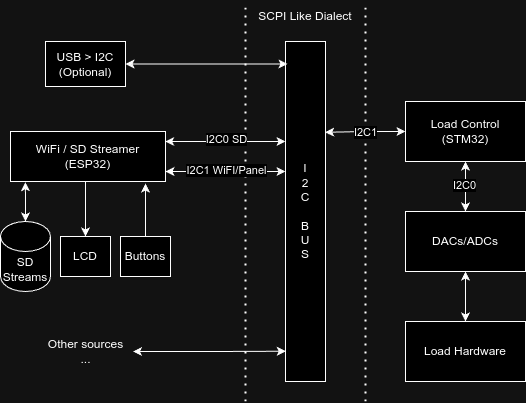
Earlier version of the draw.io export docs/assets/eletronic-load.drawio.png (JoaoMario109/ifsc-pi3-eletronic-load). Source tidied: cells renumbered, new cells last; positions are measured from the earlier drawing's top-left corner, leaving out a move shared by most shapes. The source it was exported from:
```xml
<mxGraphModel>
  <root>
    <mxCell id="0" />
    <mxCell id="1" parent="0" />
    <mxCell id="2" value="Load Hardware" style="rounded=0;whiteSpace=wrap;html=1;" parent="1" vertex="1">
      <mxGeometry x="405" y="320" width="120" height="60" as="geometry" />
    </mxCell>
    <mxCell id="3" style="edgeStyle=orthogonalEdgeStyle;rounded=0;jettySize=auto;html=1;entryX=0.5;entryY=0;entryDx=0;entryDy=0;startArrow=classic;startFill=1;" parent="1" edge="1" source="5" target="7">
      <mxGeometry relative="1" as="geometry" />
    </mxCell>
    <mxCell id="4" value="I2C0" style="edgeLabel;html=1;align=center;verticalAlign=middle;" parent="3" vertex="1">
      <mxGeometry x="-0.06" y="-1" relative="1" as="geometry" />
    </mxCell>
    <mxCell id="5" value="Load Control&lt;div&gt;(STM32)&lt;/div&gt;" style="rounded=0;whiteSpace=wrap;html=1;" parent="1" vertex="1">
      <mxGeometry x="405" y="100" width="120" height="60" as="geometry" />
    </mxCell>
    <mxCell id="6" style="edgeStyle=orthogonalEdgeStyle;rounded=0;jettySize=auto;html=1;entryX=0.5;entryY=0;entryDx=0;entryDy=0;startArrow=classic;startFill=1;" parent="1" edge="1" source="7" target="2">
      <mxGeometry relative="1" as="geometry" />
    </mxCell>
    <mxCell id="7" value="DACs/ADCs" style="rounded=0;whiteSpace=wrap;html=1;" parent="1" vertex="1">
      <mxGeometry x="405" y="210" width="120" height="60" as="geometry" />
    </mxCell>
    <mxCell id="8" value="I&lt;div&gt;2&lt;/div&gt;&lt;div&gt;C&lt;/div&gt;&lt;div&gt;&lt;br&gt;&lt;/div&gt;&lt;div&gt;B&lt;/div&gt;&lt;div&gt;U&lt;/div&gt;&lt;div&gt;S&lt;/div&gt;" style="rounded=0;whiteSpace=wrap;html=1;" parent="1" vertex="1">
      <mxGeometry x="285" y="40" width="40" height="340" as="geometry" />
    </mxCell>
    <mxCell id="9" value="USB&lt;span style=&quot;background-color: initial;&quot;&gt;&amp;nbsp;&amp;gt; I2C&lt;/span&gt;&lt;div&gt;&lt;span style=&quot;background-color: initial;&quot;&gt;(Optional)&lt;/span&gt;&lt;/div&gt;" style="rounded=0;whiteSpace=wrap;html=1;" parent="1" vertex="1">
      <mxGeometry x="45" y="40" width="80" height="45" as="geometry" />
    </mxCell>
    <mxCell id="10" style="endArrow=none;dashed=1;html=1;dashPattern=1 3;strokeWidth=2;rounded=0;" parent="1" edge="1">
      <mxGeometry relative="1" as="geometry">
        <mxPoint x="245" y="400" as="sourcePoint" />
        <mxPoint x="245" as="targetPoint" />
      </mxGeometry>
    </mxCell>
    <mxCell id="11" style="endArrow=none;dashed=1;html=1;dashPattern=1 3;strokeWidth=2;rounded=0;" parent="1" edge="1">
      <mxGeometry relative="1" as="geometry">
        <mxPoint x="365" y="400" as="sourcePoint" />
        <mxPoint x="365" as="targetPoint" />
      </mxGeometry>
    </mxCell>
    <mxCell id="12" value="SCPI Like Dialect" style="text;html=1;align=center;verticalAlign=middle;whiteSpace=wrap;rounded=0;" parent="1" vertex="1">
      <mxGeometry x="245" width="120" height="30" as="geometry" />
    </mxCell>
    <mxCell id="13" style="edgeStyle=orthogonalEdgeStyle;rounded=0;jettySize=auto;html=1;entryX=0.992;entryY=0.267;entryDx=0;entryDy=0;entryPerimeter=0;startArrow=classic;startFill=1;" parent="1" edge="1" source="5" target="8">
      <mxGeometry relative="1" as="geometry" />
    </mxCell>
    <mxCell id="14" value="I2C1" style="edgeLabel;html=1;align=center;verticalAlign=middle;" parent="13" vertex="1">
      <mxGeometry x="-0.03" y="1" relative="1" as="geometry">
        <mxPoint x="-1" as="offset" />
      </mxGeometry>
    </mxCell>
    <mxCell id="15" style="edgeStyle=orthogonalEdgeStyle;rounded=0;jettySize=auto;html=1;entryX=0.05;entryY=0.066;entryDx=0;entryDy=0;entryPerimeter=0;startArrow=classic;startFill=1;exitX=1;exitY=0.5;exitDx=0;exitDy=0;" parent="1" edge="1" source="9" target="8">
      <mxGeometry relative="1" as="geometry" />
    </mxCell>
    <mxCell id="16" style="edgeStyle=orthogonalEdgeStyle;rounded=0;jettySize=auto;html=1;entryX=0.5;entryY=0;entryDx=0;entryDy=0;" parent="1" edge="1" target="17">
      <mxGeometry relative="1" as="geometry">
        <mxPoint x="85" y="180" as="sourcePoint" />
        <Array as="points">
          <mxPoint x="85" y="200" />
          <mxPoint x="85" y="200" />
        </Array>
      </mxGeometry>
    </mxCell>
    <mxCell id="17" value="LCD" style="rounded=0;whiteSpace=wrap;html=1;" parent="1" vertex="1">
      <mxGeometry x="60" y="235" width="50" height="40" as="geometry" />
    </mxCell>
    <mxCell id="18" value="Buttons" style="rounded=0;whiteSpace=wrap;html=1;" parent="1" vertex="1">
      <mxGeometry x="120" y="235" width="50" height="40" as="geometry" />
    </mxCell>
    <mxCell id="19" style="edgeStyle=orthogonalEdgeStyle;rounded=0;jettySize=auto;html=1;" parent="1" edge="1" source="18">
      <mxGeometry relative="1" as="geometry">
        <mxPoint x="145" y="182" as="targetPoint" />
      </mxGeometry>
    </mxCell>
    <mxCell id="20" value="WiFi / SD Streamer&lt;br&gt;(ESP32)" style="rounded=0;whiteSpace=wrap;html=1;" parent="1" vertex="1">
      <mxGeometry x="10" y="130" width="155" height="50" as="geometry" />
    </mxCell>
    <mxCell id="21" style="edgeStyle=orthogonalEdgeStyle;rounded=0;jettySize=auto;html=1;entryX=0.096;entryY=1.015;entryDx=0;entryDy=0;startArrow=classic;startFill=1;entryPerimeter=0;" parent="1" edge="1" source="22" target="20">
      <mxGeometry relative="1" as="geometry" />
    </mxCell>
    <mxCell id="22" value="SD Streams" style="shape=cylinder3;whiteSpace=wrap;html=1;boundedLbl=1;backgroundOutline=1;size=15;" parent="1" vertex="1">
      <mxGeometry y="220" width="50" height="70" as="geometry" />
    </mxCell>
    <mxCell id="23" style="edgeStyle=orthogonalEdgeStyle;rounded=0;jettySize=auto;html=1;startArrow=classic;startFill=1;exitX=0.998;exitY=0.2;exitDx=0;exitDy=0;exitPerimeter=0;" parent="1" edge="1" source="20">
      <mxGeometry relative="1" as="geometry">
        <mxPoint x="285" y="140" as="targetPoint" />
      </mxGeometry>
    </mxCell>
    <mxCell id="24" value="I2C0 SD" style="edgeLabel;html=1;align=center;verticalAlign=middle;" parent="23" vertex="1">
      <mxGeometry x="-0.03" y="2" relative="1" as="geometry">
        <mxPoint x="2" as="offset" />
      </mxGeometry>
    </mxCell>
    <mxCell id="25" style="edgeStyle=orthogonalEdgeStyle;rounded=0;jettySize=auto;html=1;startArrow=classic;startFill=1;" parent="1" edge="1" source="20">
      <mxGeometry relative="1" as="geometry">
        <mxPoint x="285" y="170" as="targetPoint" />
        <Array as="points">
          <mxPoint x="285" y="170" />
        </Array>
      </mxGeometry>
    </mxCell>
    <mxCell id="26" value="I2C1 WiFI/Panel" style="edgeLabel;html=1;align=center;verticalAlign=middle;" parent="25" vertex="1">
      <mxGeometry x="-0.01" y="1" relative="1" as="geometry">
        <mxPoint x="1" as="offset" />
      </mxGeometry>
    </mxCell>
    <mxCell id="27" value="Other sources&lt;div&gt;...&lt;/div&gt;" style="text;html=1;align=center;verticalAlign=middle;whiteSpace=wrap;rounded=0;" parent="1" vertex="1">
      <mxGeometry x="37.5" y="335" width="95" height="30" as="geometry" />
    </mxCell>
    <mxCell id="28" style="edgeStyle=orthogonalEdgeStyle;rounded=0;jettySize=auto;html=1;entryX=0.007;entryY=0.911;entryDx=0;entryDy=0;entryPerimeter=0;startArrow=classic;startFill=1;" parent="1" edge="1" source="27" target="8">
      <mxGeometry relative="1" as="geometry" />
    </mxCell>
  </root>
</mxGraphModel>
```
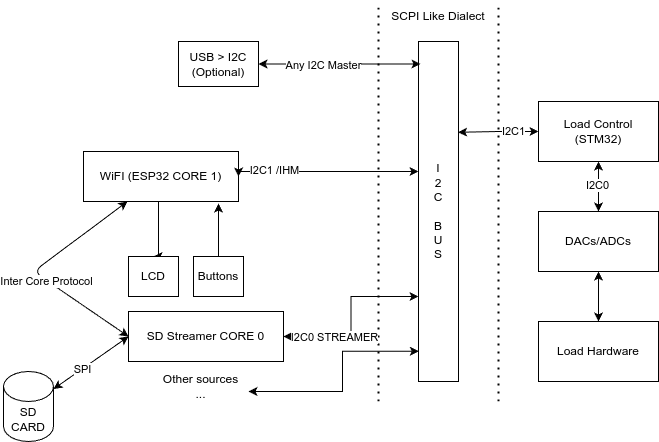
Later version of the same file.

Change to the diagram source:
```diff
@@ -46,69 +46,94 @@
     </mxCell>
     <mxCell id="14" value="I2C1" style="edgeLabel;html=1;align=center;verticalAlign=middle;" parent="13" vertex="1">
       <mxGeometry x="-0.03" y="1" relative="1" as="geometry">
-        <mxPoint x="-1" as="offset" />
+        <mxPoint x="14" y="-1" as="offset" />
       </mxGeometry>
     </mxCell>
     <mxCell id="15" style="edgeStyle=orthogonalEdgeStyle;rounded=0;jettySize=auto;html=1;entryX=0.05;entryY=0.066;entryDx=0;entryDy=0;entryPerimeter=0;startArrow=classic;startFill=1;exitX=1;exitY=0.5;exitDx=0;exitDy=0;" parent="1" edge="1" source="9" target="8">
       <mxGeometry relative="1" as="geometry" />
     </mxCell>
+    <mxCell id="29" value="Any I2C Master" style="edgeLabel;html=1;align=center;verticalAlign=middle;" parent="15" vertex="1">
+      <mxGeometry x="-0.69" y="-1" relative="1" as="geometry">
+        <mxPoint x="39" as="offset" />
+      </mxGeometry>
+    </mxCell>
     <mxCell id="16" style="edgeStyle=orthogonalEdgeStyle;rounded=0;jettySize=auto;html=1;entryX=0.5;entryY=0;entryDx=0;entryDy=0;" parent="1" edge="1" target="17">
       <mxGeometry relative="1" as="geometry">
-        <mxPoint x="85" y="180" as="sourcePoint" />
+        <mxPoint x="25" y="200" as="sourcePoint" />
         <Array as="points">
-          <mxPoint x="85" y="200" />
-          <mxPoint x="85" y="200" />
+          <mxPoint x="25" y="220" />
+          <mxPoint x="25" y="220" />
         </Array>
       </mxGeometry>
     </mxCell>
     <mxCell id="17" value="LCD" style="rounded=0;whiteSpace=wrap;html=1;" parent="1" vertex="1">
-      <mxGeometry x="60" y="235" width="50" height="40" as="geometry" />
+      <mxGeometry x="-5" y="255" width="50" height="40" as="geometry" />
     </mxCell>
     <mxCell id="18" value="Buttons" style="rounded=0;whiteSpace=wrap;html=1;" parent="1" vertex="1">
-      <mxGeometry x="120" y="235" width="50" height="40" as="geometry" />
+      <mxGeometry x="60" y="255" width="50" height="40" as="geometry" />
     </mxCell>
     <mxCell id="19" style="edgeStyle=orthogonalEdgeStyle;rounded=0;jettySize=auto;html=1;" parent="1" edge="1" source="18">
       <mxGeometry relative="1" as="geometry">
-        <mxPoint x="145" y="182" as="targetPoint" />
+        <mxPoint x="85" y="202" as="targetPoint" />
       </mxGeometry>
     </mxCell>
+    <mxCell id="30" style="edgeStyle=none;html=1;entryX=0;entryY=0.5;entryDx=0;entryDy=0;startArrow=classic;startFill=1;" parent="1" edge="1" source="20" target="34">
+      <mxGeometry relative="1" as="geometry">
+        <Array as="points">
+          <mxPoint x="-100" y="270" />
+        </Array>
+      </mxGeometry>
+    </mxCell>
+    <mxCell id="31" value="Inter Core Protocol" style="edgeLabel;html=1;align=center;verticalAlign=middle;" parent="30" vertex="1">
+      <mxGeometry x="0.15" y="-1" relative="1" as="geometry" />
+    </mxCell>
-    <mxCell id="20" value="WiFi / SD Streamer&lt;br&gt;(ESP32)" style="rounded=0;whiteSpace=wrap;html=1;" parent="1" vertex="1">
-      <mxGeometry x="10" y="130" width="155" height="50" as="geometry" />
+    <mxCell id="20" value="WiFI (ESP32 CORE 1)" style="rounded=0;whiteSpace=wrap;html=1;" parent="1" vertex="1">
+      <mxGeometry x="-50" y="150" width="155" height="50" as="geometry" />
     </mxCell>
-    <mxCell id="21" style="edgeStyle=orthogonalEdgeStyle;rounded=0;jettySize=auto;html=1;entryX=0.096;entryY=1.015;entryDx=0;entryDy=0;startArrow=classic;startFill=1;entryPerimeter=0;" parent="1" edge="1" source="22" target="20">
-      <mxGeometry relative="1" as="geometry" />
-    </mxCell>
+    <mxCell id="32" style="edgeStyle=none;html=1;entryX=0;entryY=0.5;entryDx=0;entryDy=0;startArrow=classic;startFill=1;" parent="1" edge="1" source="22" target="34">
+      <mxGeometry relative="1" as="geometry" />
+    </mxCell>
+    <mxCell id="33" value="SPI" style="edgeLabel;html=1;align=center;verticalAlign=middle;" parent="32" vertex="1">
+      <mxGeometry x="-0.25" relative="1" as="geometry" />
+    </mxCell>
-    <mxCell id="22" value="SD Streams" style="shape=cylinder3;whiteSpace=wrap;html=1;boundedLbl=1;backgroundOutline=1;size=15;" parent="1" vertex="1">
-      <mxGeometry y="220" width="50" height="70" as="geometry" />
+    <mxCell id="22" value="SD CARD" style="shape=cylinder3;whiteSpace=wrap;html=1;boundedLbl=1;backgroundOutline=1;size=15;" parent="1" vertex="1">
+      <mxGeometry x="-130" y="370" width="50" height="70" as="geometry" />
     </mxCell>
-    <mxCell id="23" style="edgeStyle=orthogonalEdgeStyle;rounded=0;jettySize=auto;html=1;startArrow=classic;startFill=1;exitX=0.998;exitY=0.2;exitDx=0;exitDy=0;exitPerimeter=0;" parent="1" edge="1" source="20">
-      <mxGeometry relative="1" as="geometry">
-        <mxPoint x="285" y="140" as="targetPoint" />
-      </mxGeometry>
+    <mxCell id="23" style="edgeStyle=orthogonalEdgeStyle;rounded=0;jettySize=auto;html=1;startArrow=classic;startFill=1;entryX=0;entryY=0.75;entryDx=0;entryDy=0;exitX=1;exitY=0.5;exitDx=0;exitDy=0;" parent="1" edge="1" source="34" target="8">
+      <mxGeometry relative="1" as="geometry" />
     </mxCell>
-    <mxCell id="24" value="I2C0 SD" style="edgeLabel;html=1;align=center;verticalAlign=middle;" parent="23" vertex="1">
+    <mxCell id="24" value="I2C0 STREAMER" style="edgeLabel;html=1;align=center;verticalAlign=middle;" parent="23" vertex="1">
       <mxGeometry x="-0.03" y="2" relative="1" as="geometry">
-        <mxPoint x="2" as="offset" />
+        <mxPoint x="-15" y="18" as="offset" />
       </mxGeometry>
     </mxCell>
-    <mxCell id="25" style="edgeStyle=orthogonalEdgeStyle;rounded=0;jettySize=auto;html=1;startArrow=classic;startFill=1;" parent="1" edge="1" source="20">
+    <mxCell id="25" style="edgeStyle=orthogonalEdgeStyle;rounded=0;jettySize=auto;html=1;startArrow=classic;startFill=1;exitX=1;exitY=0.5;exitDx=0;exitDy=0;" parent="1" edge="1" source="20">
       <mxGeometry relative="1" as="geometry">
         <mxPoint x="285" y="170" as="targetPoint" />
         <Array as="points">
-          <mxPoint x="285" y="170" />
+          <mxPoint x="105" y="170" />
         </Array>
       </mxGeometry>
     </mxCell>
-    <mxCell id="26" value="I2C1 WiFI/Panel" style="edgeLabel;html=1;align=center;verticalAlign=middle;" parent="25" vertex="1">
+    <mxCell id="26" value="I2C1 /IHM" style="edgeLabel;html=1;align=center;verticalAlign=middle;" parent="25" vertex="1">
       <mxGeometry x="-0.01" y="1" relative="1" as="geometry">
-        <mxPoint x="1" as="offset" />
+        <mxPoint x="-51" as="offset" />
       </mxGeometry>
     </mxCell>
     <mxCell id="27" value="Other sources&lt;div&gt;...&lt;/div&gt;" style="text;html=1;align=center;verticalAlign=middle;whiteSpace=wrap;rounded=0;" parent="1" vertex="1">
-      <mxGeometry x="37.5" y="335" width="95" height="30" as="geometry" />
+      <mxGeometry x="20" y="370" width="95" height="30" as="geometry" />
     </mxCell>
     <mxCell id="28" style="edgeStyle=orthogonalEdgeStyle;rounded=0;jettySize=auto;html=1;entryX=0.007;entryY=0.911;entryDx=0;entryDy=0;entryPerimeter=0;startArrow=classic;startFill=1;" parent="1" edge="1" source="27" target="8">
-      <mxGeometry relative="1" as="geometry" />
+      <mxGeometry relative="1" as="geometry">
+        <Array as="points">
+          <mxPoint x="85" y="390" />
+          <mxPoint x="209" y="390" />
+          <mxPoint x="209" y="350" />
+        </Array>
+      </mxGeometry>
     </mxCell>
+    <mxCell id="34" value="SD Streamer CORE 0" style="rounded=0;whiteSpace=wrap;html=1;" parent="1" vertex="1">
+      <mxGeometry x="-5" y="310" width="155" height="50" as="geometry" />
+    </mxCell>
   </root>
 </mxGraphModel>
```
